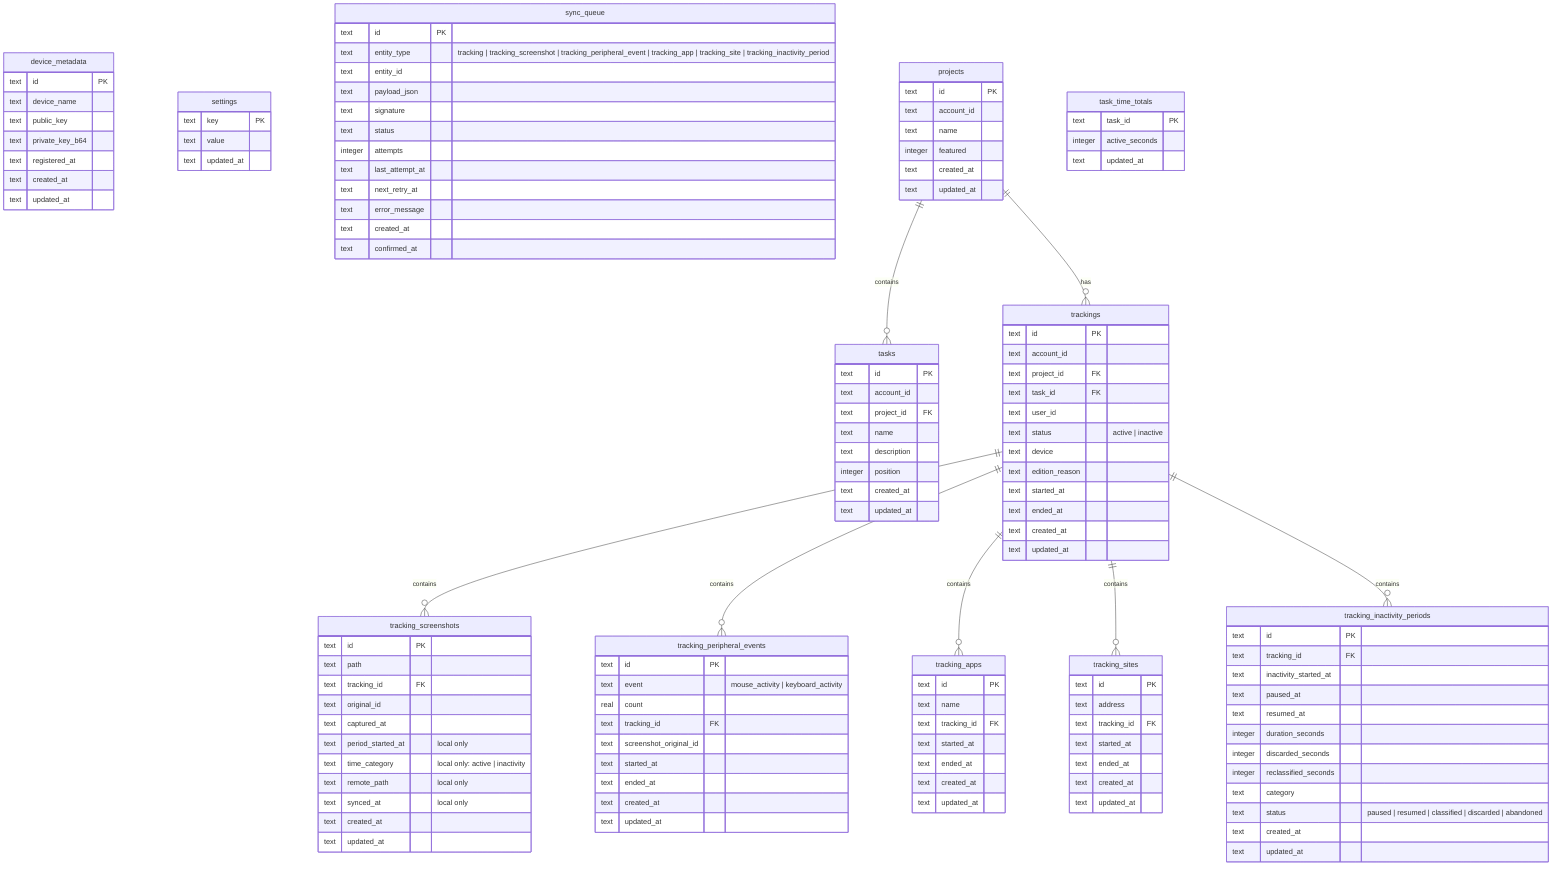
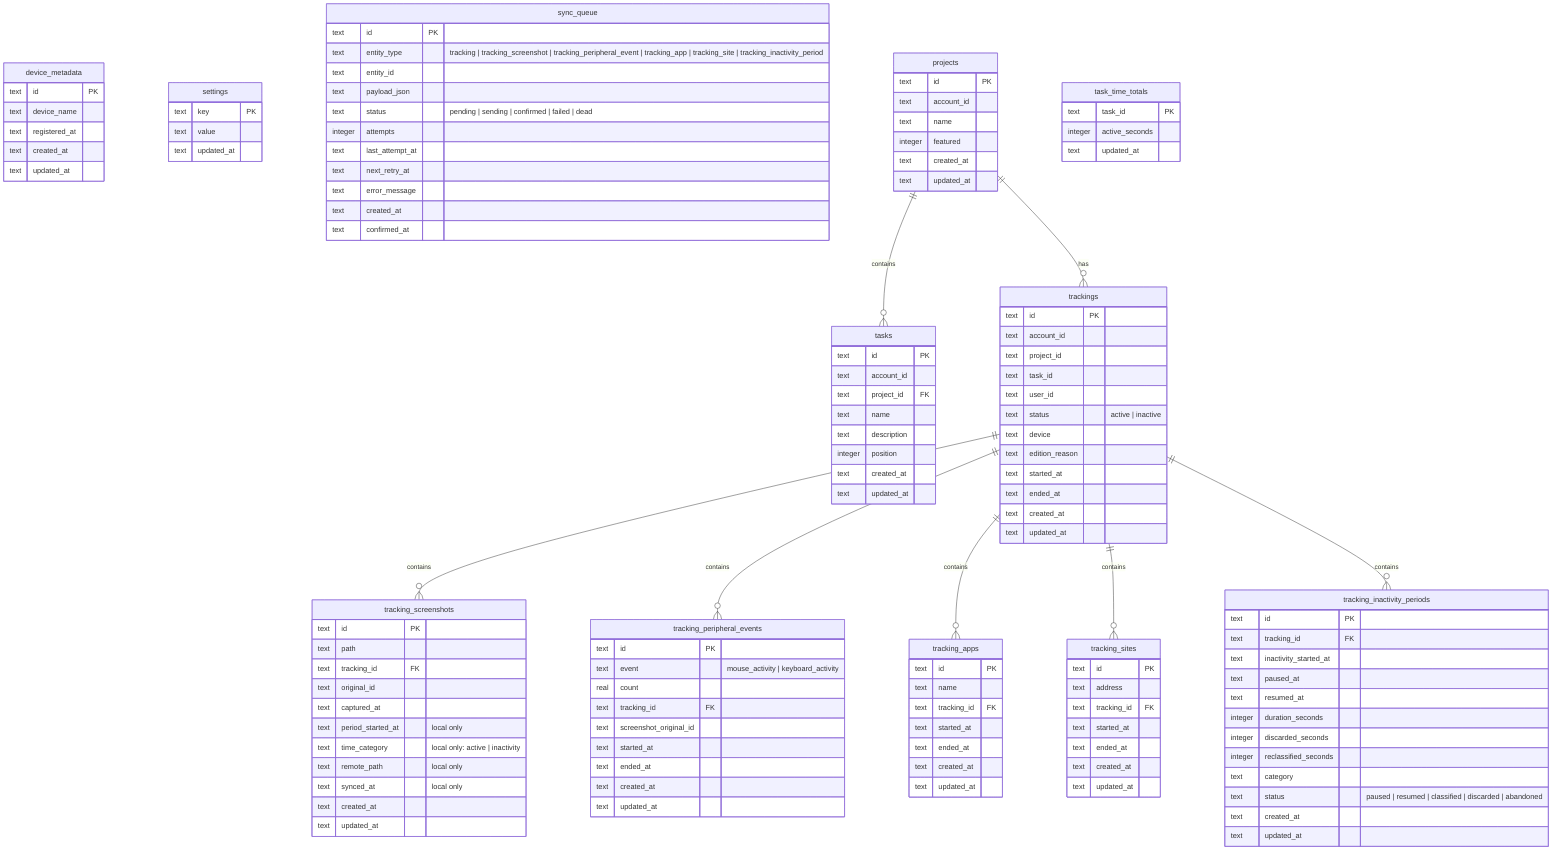
erDiagram
    %% ========================================================================
    %% voowork-desktop — SQLite local (offline-first)
    %% Domínio espelhado de voowork-backend/docs/db.mermaid + extensões locais
    %% ========================================================================

  device_metadata {
    text id PK
    text device_name
-     text public_key
-     text private_key_b64
    text registered_at
    text created_at
    text updated_at
  }

  settings {
    text key PK
    text value
    text updated_at
  }

  sync_queue {
    text id PK
    text entity_type "tracking | tracking_screenshot | tracking_peripheral_event | tracking_app | tracking_site | tracking_inactivity_period"
    text entity_id
    text payload_json
-     text signature
-     text status
+     text status "pending | sending | confirmed | failed | dead"
    integer attempts
    text last_attempt_at
    text next_retry_at
    text error_message
    text created_at
    text confirmed_at
  }

  projects {
    text id PK
    text account_id
    text name
    integer featured
    text created_at
    text updated_at
  }

  tasks {
    text id PK
    text account_id
    text project_id FK
    text name
    text description
    integer position
    text created_at
    text updated_at
  }

  trackings {
    text id PK
    text account_id
-     text project_id FK
-     text task_id FK
+     text project_id
+     text task_id
    text user_id
    text status "active | inactive"
    text device
    text edition_reason
    text started_at
    text ended_at
    text created_at
    text updated_at
  }

  tracking_screenshots {
    text id PK
    text path
    text tracking_id FK
    text original_id
    text captured_at
    text period_started_at "local only"
    text time_category "local only: active | inactivity"
    text remote_path "local only"
    text synced_at "local only"
    text created_at
    text updated_at
  }

  tracking_peripheral_events {
    text id PK
    text event "mouse_activity | keyboard_activity"
    real count
    text tracking_id FK
    text screenshot_original_id
    text started_at
    text ended_at
    text created_at
    text updated_at
  }

  tracking_apps {
    text id PK
    text name
    text tracking_id FK
    text started_at
    text ended_at
    text created_at
    text updated_at
  }

  tracking_sites {
    text id PK
    text address
    text tracking_id FK
    text started_at
    text ended_at
    text created_at
    text updated_at
  }

  tracking_inactivity_periods {
    text id PK
    text tracking_id FK
    text inactivity_started_at
    text paused_at
    text resumed_at
    integer duration_seconds
    integer discarded_seconds
    integer reclassified_seconds
    text category
    text status "paused | resumed | classified | discarded | abandoned"
    text created_at
    text updated_at
  }

  task_time_totals {
    text task_id PK
    integer active_seconds
    text updated_at
  }

  trackings ||--o{ tracking_screenshots : contains
  trackings ||--o{ tracking_peripheral_events : contains
  trackings ||--o{ tracking_apps : contains
  trackings ||--o{ tracking_sites : contains
  trackings ||--o{ tracking_inactivity_periods : contains
  projects ||--o{ tasks : contains
  projects ||--o{ trackings : has
